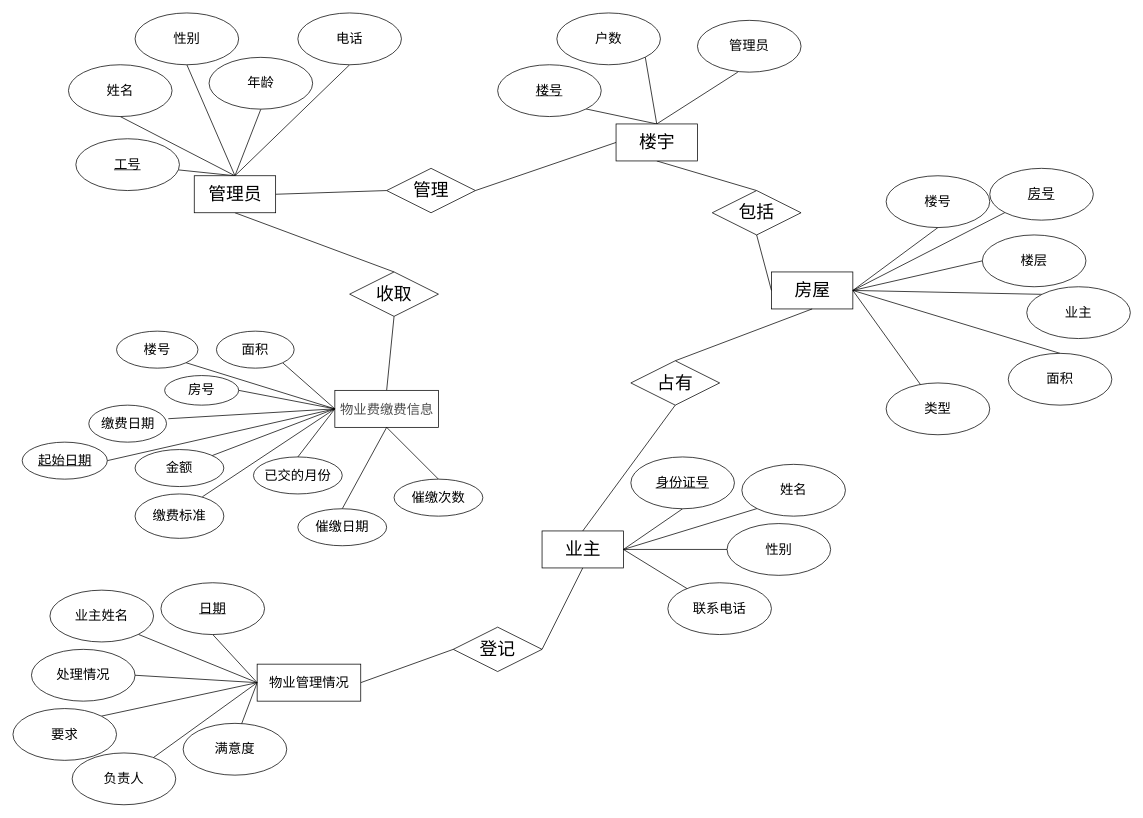
Earlier version of the draw.io diagram Untitled Diagram.drawio (lidsu/Gulimall). Source tidied: cells renumbered, new cells numbered last; positions are measured from the earlier drawing's top-left corner, leaving out a move shared by most shapes. Both pictures are drawn from the tidied source at 74%, with x=0, y=0 at pixel (13, 13).
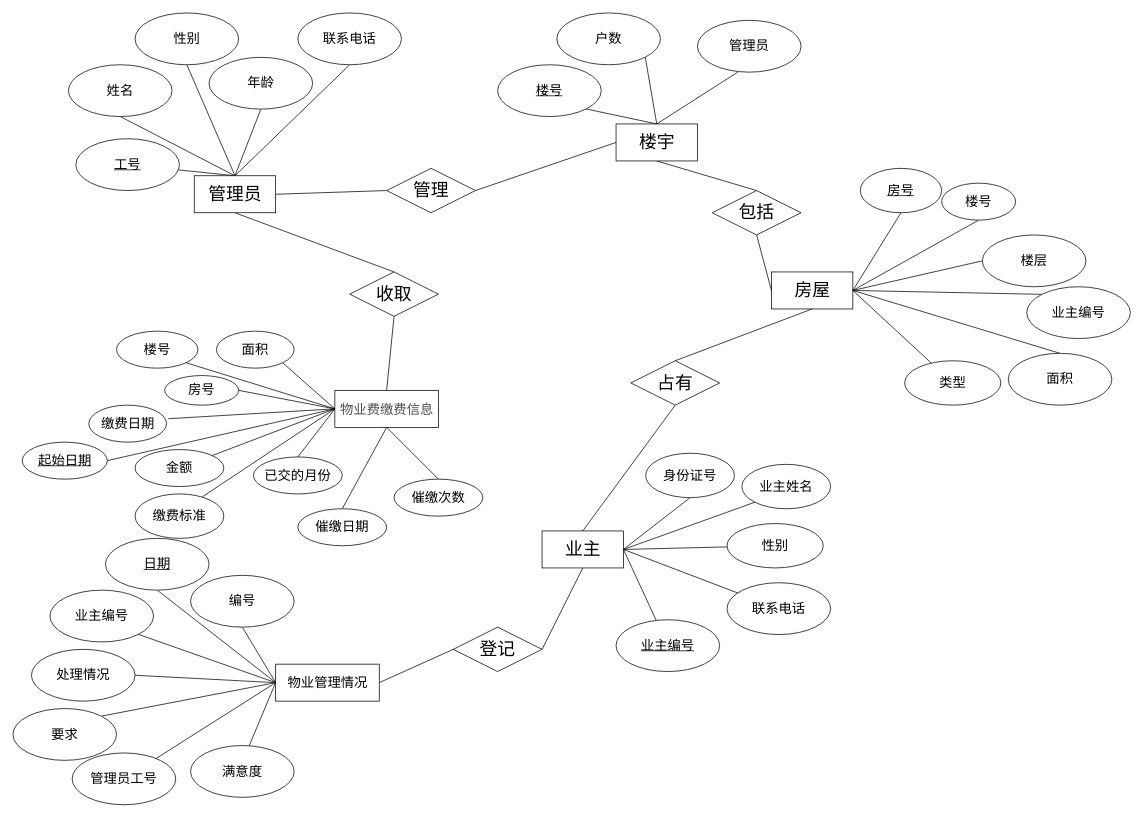
Above is the later version.

The change refers to these unchanged cells:
```xml
<mxCell id="8" value="&lt;span style=&quot;font-size: 24px;&quot;&gt;业主&lt;/span&gt;" style="html=1;" parent="1" vertex="1">
  <mxGeometry x="715" y="700" width="110" height="50" as="geometry" />
</mxCell>
<mxCell id="18" value="&lt;span style=&quot;font-size: 24px;&quot;&gt;房屋&lt;/span&gt;" style="html=1;" parent="1" vertex="1">
  <mxGeometry x="1025" y="350" width="110" height="50" as="geometry" />
</mxCell>
```

Change to the diagram source:
```diff
@@
+    <mxCell id="93" style="rounded=0;jettySize=auto;html=1;exitX=1;exitY=0.5;exitDx=0;exitDy=0;endArrow=none;endFill=0;" parent="1" edge="1" source="8" target="94">
+      <mxGeometry relative="1" as="geometry" />
+    </mxCell>
@@
     <mxCell id="22" value="&lt;font style=&quot;font-size: 18px;&quot;&gt;物业管理情况&lt;/font&gt;" style="html=1;" parent="1" vertex="1">
-      <mxGeometry x="330" y="880" width="140" height="50" as="geometry" />
+      <mxGeometry x="355" y="880" width="140" height="50" as="geometry" />
     </mxCell>
@@
-    <mxCell id="34" value="电话" style="ellipse;whiteSpace=wrap;html=1;fontSize=18;" parent="1" vertex="1">
+    <mxCell id="34" value="联系电话" style="ellipse;whiteSpace=wrap;html=1;fontSize=18;" parent="1" vertex="1">
       <mxGeometry x="385" width="140" height="70" as="geometry" />
     </mxCell>
@@
     <mxCell id="44" value="楼号" style="ellipse;whiteSpace=wrap;html=1;fontSize=18;" parent="1" vertex="1">
-      <mxGeometry x="1180" y="220" width="140" height="70" as="geometry" />
+      <mxGeometry x="1255" y="230" width="100" height="50" as="geometry" />
     </mxCell>
-    <mxCell id="45" style="edgeStyle=none;rounded=0;jettySize=auto;html=1;exitX=0;exitY=1;exitDx=0;exitDy=0;fontSize=24;endArrow=none;endFill=0;entryX=1;entryY=0.5;entryDx=0;entryDy=0;" parent="1" edge="1" source="46" target="18">
+    <mxCell id="45" style="edgeStyle=none;rounded=0;jettySize=auto;html=1;exitX=0.5;exitY=1;exitDx=0;exitDy=0;fontSize=24;endArrow=none;endFill=0;entryX=1;entryY=0.5;entryDx=0;entryDy=0;" parent="1" edge="1" source="46" target="18">
       <mxGeometry relative="1" as="geometry" />
     </mxCell>
     <mxCell id="46" value="&lt;u&gt;房号&lt;/u&gt;" style="ellipse;whiteSpace=wrap;html=1;fontSize=18;" parent="1" vertex="1">
-      <mxGeometry x="1320" y="210" width="140" height="70" as="geometry" />
+      <mxGeometry x="1145" y="210" width="110" height="60" as="geometry" />
     </mxCell>
@@
-    <mxCell id="52" value="业主" style="ellipse;whiteSpace=wrap;html=1;fontSize=18;" parent="1" vertex="1">
+    <mxCell id="52" value="业主编号" style="ellipse;whiteSpace=wrap;html=1;fontSize=18;" parent="1" vertex="1">
       <mxGeometry x="1370" y="370" width="140" height="70" as="geometry" />
     </mxCell>
@@
-    <mxCell id="55" value="姓名" style="ellipse;whiteSpace=wrap;html=1;fontSize=18;" parent="1" vertex="1">
-      <mxGeometry x="985" y="610" width="140" height="70" as="geometry" />
+    <mxCell id="55" value="业主姓名" style="ellipse;whiteSpace=wrap;html=1;fontSize=18;" parent="1" vertex="1">
+      <mxGeometry x="985" y="610" width="120" height="60" as="geometry" />
     </mxCell>
@@
     <mxCell id="57" value="联系电话" style="ellipse;whiteSpace=wrap;html=1;fontSize=18;" parent="1" vertex="1">
-      <mxGeometry x="885" y="770" width="140" height="70" as="geometry" />
+      <mxGeometry x="965" y="770" width="140" height="70" as="geometry" />
     </mxCell>
@@
-    <mxCell id="59" value="&lt;u&gt;身份证号&lt;/u&gt;" style="ellipse;whiteSpace=wrap;html=1;fontSize=18;" parent="1" vertex="1">
-      <mxGeometry x="835" y="600" width="140" height="70" as="geometry" />
+    <mxCell id="59" value="身份证号" style="ellipse;whiteSpace=wrap;html=1;fontSize=18;" parent="1" vertex="1">
+      <mxGeometry x="855" y="595" width="120" height="60" as="geometry" />
     </mxCell>
@@
     <mxCell id="61" value="性别" style="ellipse;whiteSpace=wrap;html=1;fontSize=18;" parent="1" vertex="1">
-      <mxGeometry x="965" y="690" width="140" height="70" as="geometry" />
+      <mxGeometry x="965" y="690" width="130" height="60" as="geometry" />
     </mxCell>
     <mxCell id="62" value="满意度" style="ellipse;whiteSpace=wrap;html=1;fontSize=18;" parent="1" vertex="1">
-      <mxGeometry x="230" y="960" width="140" height="70" as="geometry" />
+      <mxGeometry x="240" y="990" width="140" height="70" as="geometry" />
     </mxCell>
-    <mxCell id="63" value="负责人" style="ellipse;whiteSpace=wrap;html=1;fontSize=18;" parent="1" vertex="1">
+    <mxCell id="63" value="管理员工号" style="ellipse;whiteSpace=wrap;html=1;fontSize=18;" parent="1" vertex="1">
       <mxGeometry x="80" y="1000" width="140" height="70" as="geometry" />
     </mxCell>
@@
     <mxCell id="67" value="&lt;u&gt;日期&lt;/u&gt;" style="ellipse;whiteSpace=wrap;html=1;fontSize=18;" parent="1" vertex="1">
-      <mxGeometry x="200" y="770" width="140" height="70" as="geometry" />
+      <mxGeometry x="125" y="710" width="140" height="70" as="geometry" />
     </mxCell>
@@
-    <mxCell id="69" value="业主姓名" style="ellipse;whiteSpace=wrap;html=1;fontSize=18;" parent="1" vertex="1">
+    <mxCell id="69" value="业主编号" style="ellipse;whiteSpace=wrap;html=1;fontSize=18;" parent="1" vertex="1">
       <mxGeometry x="50" y="780" width="140" height="70" as="geometry" />
     </mxCell>
@@
     <mxCell id="82" value="类型" style="ellipse;whiteSpace=wrap;html=1;fontSize=18;" parent="1" vertex="1">
-      <mxGeometry x="1180" y="500" width="140" height="70" as="geometry" />
+      <mxGeometry x="1205" y="470" width="130" height="60" as="geometry" />
     </mxCell>
@@
+    <mxCell id="94" value="&lt;u&gt;业主编号&lt;/u&gt;" style="ellipse;whiteSpace=wrap;html=1;fontSize=18;" parent="1" vertex="1">
+      <mxGeometry x="815" y="820" width="140" height="70" as="geometry" />
+    </mxCell>
+    <mxCell id="95" style="edgeStyle=none;rounded=0;jettySize=auto;html=1;exitX=0.5;exitY=1;exitDx=0;exitDy=0;entryX=0;entryY=0.5;entryDx=0;entryDy=0;endArrow=none;endFill=0;" parent="1" edge="1" source="96" target="22">
+      <mxGeometry relative="1" as="geometry" />
+    </mxCell>
+    <mxCell id="96" value="编号" style="ellipse;whiteSpace=wrap;html=1;fontSize=18;" parent="1" vertex="1">
+      <mxGeometry x="240" y="760" width="140" height="70" as="geometry" />
+    </mxCell>
```
